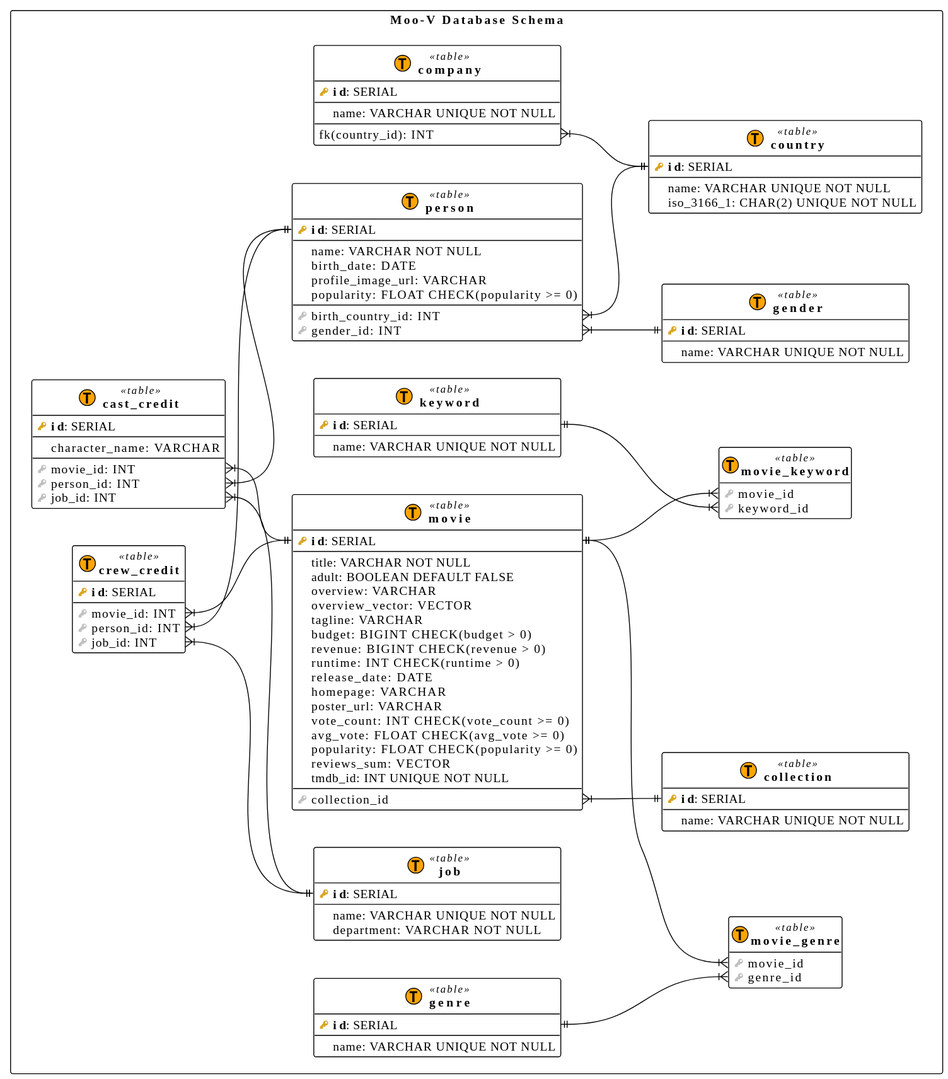
Above: schema/moo-v-db.svg in Moo-V-project/database (PlantUML), before the change.
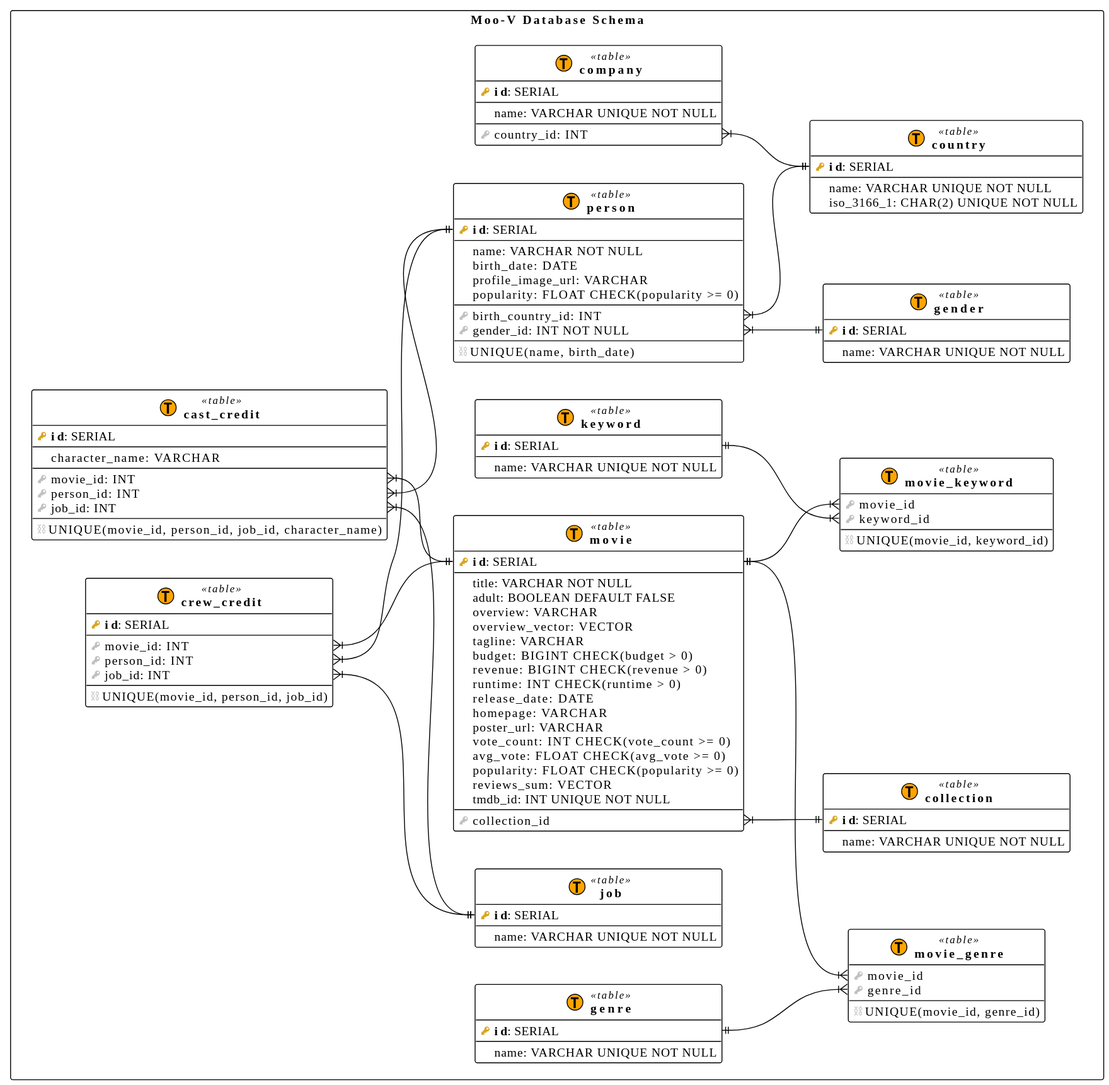
The same diagram one commit later.

Commit message:
schema: add unique constraints, remove job department attribute (#10)

Change to the diagram source:
```diff
@@ -29,6 +29,9 @@
 {field} <color:#White><&media-record></color> $name
 !endprocedure
 
+!procedure $constraint($name)
+{field} <color:#Silver><U+26D3></color> $name
+!endprocedure
 
 
 $schema("Moo-V Database Schema", moo_v_db) {
@@ -75,6 +78,8 @@
 $table(movie_genre, movie_genre) {
 	$fk(movie_id)
 	$fk(genre_id)
+	--
+	$constraint("UNIQUE(movie_id, genre_id)")	/' Unique constraint to avoid duplicates '/
 }
 movie::id ||--|{ movie_genre::movie_id
 genre::id ||--|{ movie_genre::genre_id
@@ -88,6 +93,8 @@
 $table(movie_keyword, movie_keyword) {
 	$fk(movie_id)
 	$fk(keyword_id)
+	--
+	$constraint("UNIQUE(movie_id, keyword_id)")	/' Unique constraint to avoid duplicates '/
 }
 movie::id ||--|{ movie_keyword::movie_id
 keyword::id ||--|{ movie_keyword::keyword_id
@@ -117,7 +124,9 @@
 	$column(popularity): FLOAT CHECK(popularity >= 0)
 	--
 	$fk(birth_country_id): INT			/' Foreign key to country of birth '/
-	$fk(gender_id): INT					/' Foreign key to gender '/
+	$fk(gender_id): INT NOT NULL		/' Foreign key to gender '/
+	--
+	$constraint("UNIQUE(name, birth_date)")	/' Unique constraint to avoid duplicates '/
 }
 person::birth_country_id }|--|| country::id
 person::gender_id }|--|| gender::id
@@ -127,7 +136,6 @@
 	$pk(id): SERIAL
 	--
 	$column(name): VARCHAR UNIQUE NOT NULL
-	$column(department): VARCHAR NOT NULL
 }
 
 $table(cast_credit, cast_credit) {
@@ -138,6 +146,8 @@
 	$fk(movie_id): INT
 	$fk(person_id): INT
 	$fk(job_id): INT
+	--
+	$constraint("UNIQUE(movie_id, person_id, job_id, character_name)")	/' Unique constraint to avoid duplicates '/
 }
 cast_credit::movie_id }|--|| movie::id
 cast_credit::person_id }|--|| person::id
@@ -149,6 +159,8 @@
 	$fk(movie_id): INT
 	$fk(person_id): INT
 	$fk(job_id): INT
+	--
+	$constraint("UNIQUE(movie_id, person_id, job_id)")	/' Unique constraint to avoid duplicates '/
 }
 crew_credit::movie_id }|--|| movie::id
 crew_credit::person_id }|--|| person::id
@@ -160,7 +172,7 @@
 	--
 	$column(name): VARCHAR UNIQUE NOT NULL
 	--
-	fk(country_id): INT				/' Foreign key to country of origin '/
+	$fk(country_id): INT				/' Foreign key to country of origin '/
 }
 
 company::country_id }|--|| country::id
```
